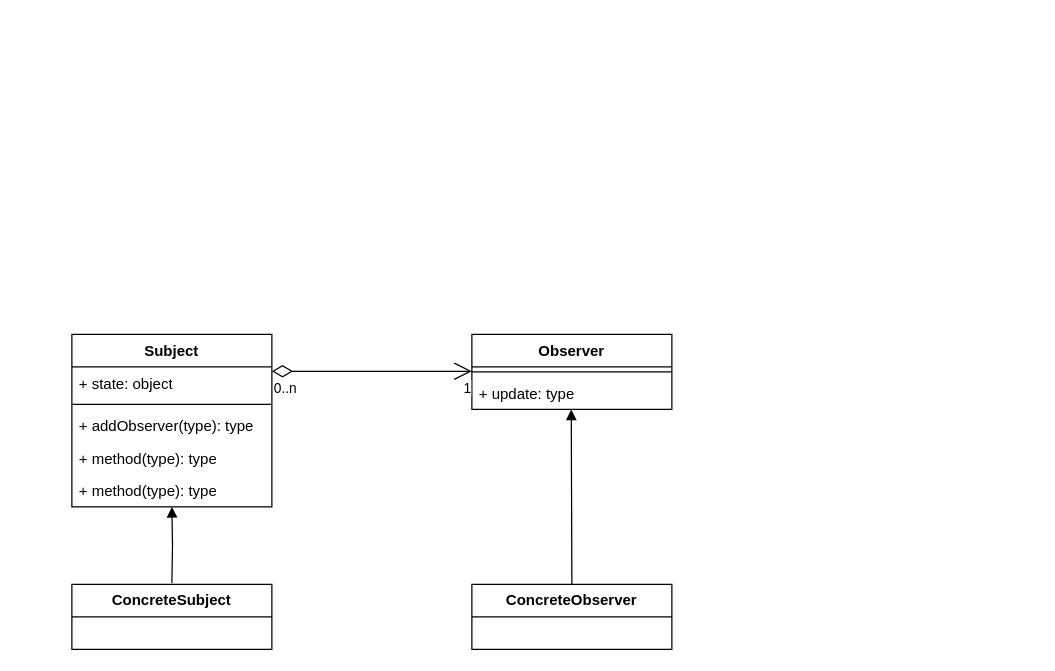
Earlier version of the draw.io diagram Untitled Diagram.drawio (tyk1hc/drawio). Source tidied: cells renumbered, new cells numbered last; positions are measured from the earlier drawing's top-left corner, leaving out a move shared by most shapes. Both pictures are drawn from the tidied source at 125%, with x=0, y=0 at pixel (71, 334).
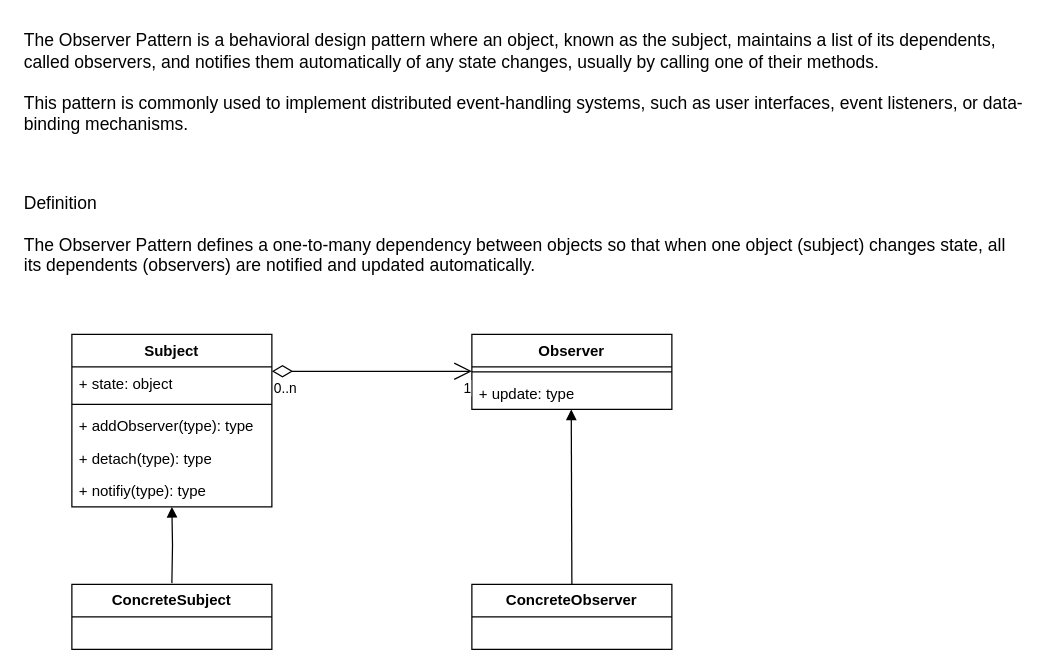
The same diagram, later.

The change refers to these unchanged cells:
```xml
<mxCell id="2" value="Subject" style="swimlane;fontStyle=1;align=center;verticalAlign=top;horizontal=1;startSize=26;whiteSpace=wrap;html=1;" parent="1" vertex="1">
  <mxGeometry width="160" height="138" as="geometry" />
</mxCell>
```

The edit, as a diff of the source:
```diff
@@
-    <mxCell id="6" value="+ method(type): type" style="text;strokeColor=none;fillColor=none;align=left;verticalAlign=top;spacingLeft=4;spacingRight=4;overflow=hidden;whiteSpace=wrap;html=1;" parent="2" vertex="1">
+    <mxCell id="6" value="+ detach(type): type" style="text;strokeColor=none;fillColor=none;align=left;verticalAlign=top;spacingLeft=4;spacingRight=4;overflow=hidden;whiteSpace=wrap;html=1;" parent="2" vertex="1">
       <mxGeometry y="86" width="160" height="26" as="geometry" />
     </mxCell>
-    <mxCell id="7" value="+ method(type): type" style="text;strokeColor=none;fillColor=none;align=left;verticalAlign=top;spacingLeft=4;spacingRight=4;overflow=hidden;whiteSpace=wrap;html=1;" parent="2" vertex="1">
+    <mxCell id="7" value="+ notifiy(type): type" style="text;strokeColor=none;fillColor=none;align=left;verticalAlign=top;spacingLeft=4;spacingRight=4;overflow=hidden;whiteSpace=wrap;html=1;" parent="2" vertex="1">
       <mxGeometry y="112" width="160" height="26" as="geometry" />
     </mxCell>
@@
+    <mxCell id="18" value="The Observer Pattern is a behavioral design pattern where an object, known as the subject, maintains a list of its dependents, called observers, and notifies them automatically of any state changes, usually by calling one of their methods.&#10;&#10;This pattern is commonly used to implement distributed event-handling systems, such as user interfaces, event listeners, or data-binding mechanisms." style="text;whiteSpace=wrap;fontSize=14;" parent="1" vertex="1">
+      <mxGeometry x="-40" y="-250" width="810" height="100" as="geometry" />
+    </mxCell>
+    <mxCell id="19" value="Definition&#10;&#10;The Observer Pattern defines a one-to-many dependency between objects so that when one object (subject) changes state, all its dependents (observers) are notified and updated automatically." style="text;whiteSpace=wrap;fontSize=14;" parent="1" vertex="1">
+      <mxGeometry x="-40" y="-120" width="800" height="70" as="geometry" />
+    </mxCell>
```
